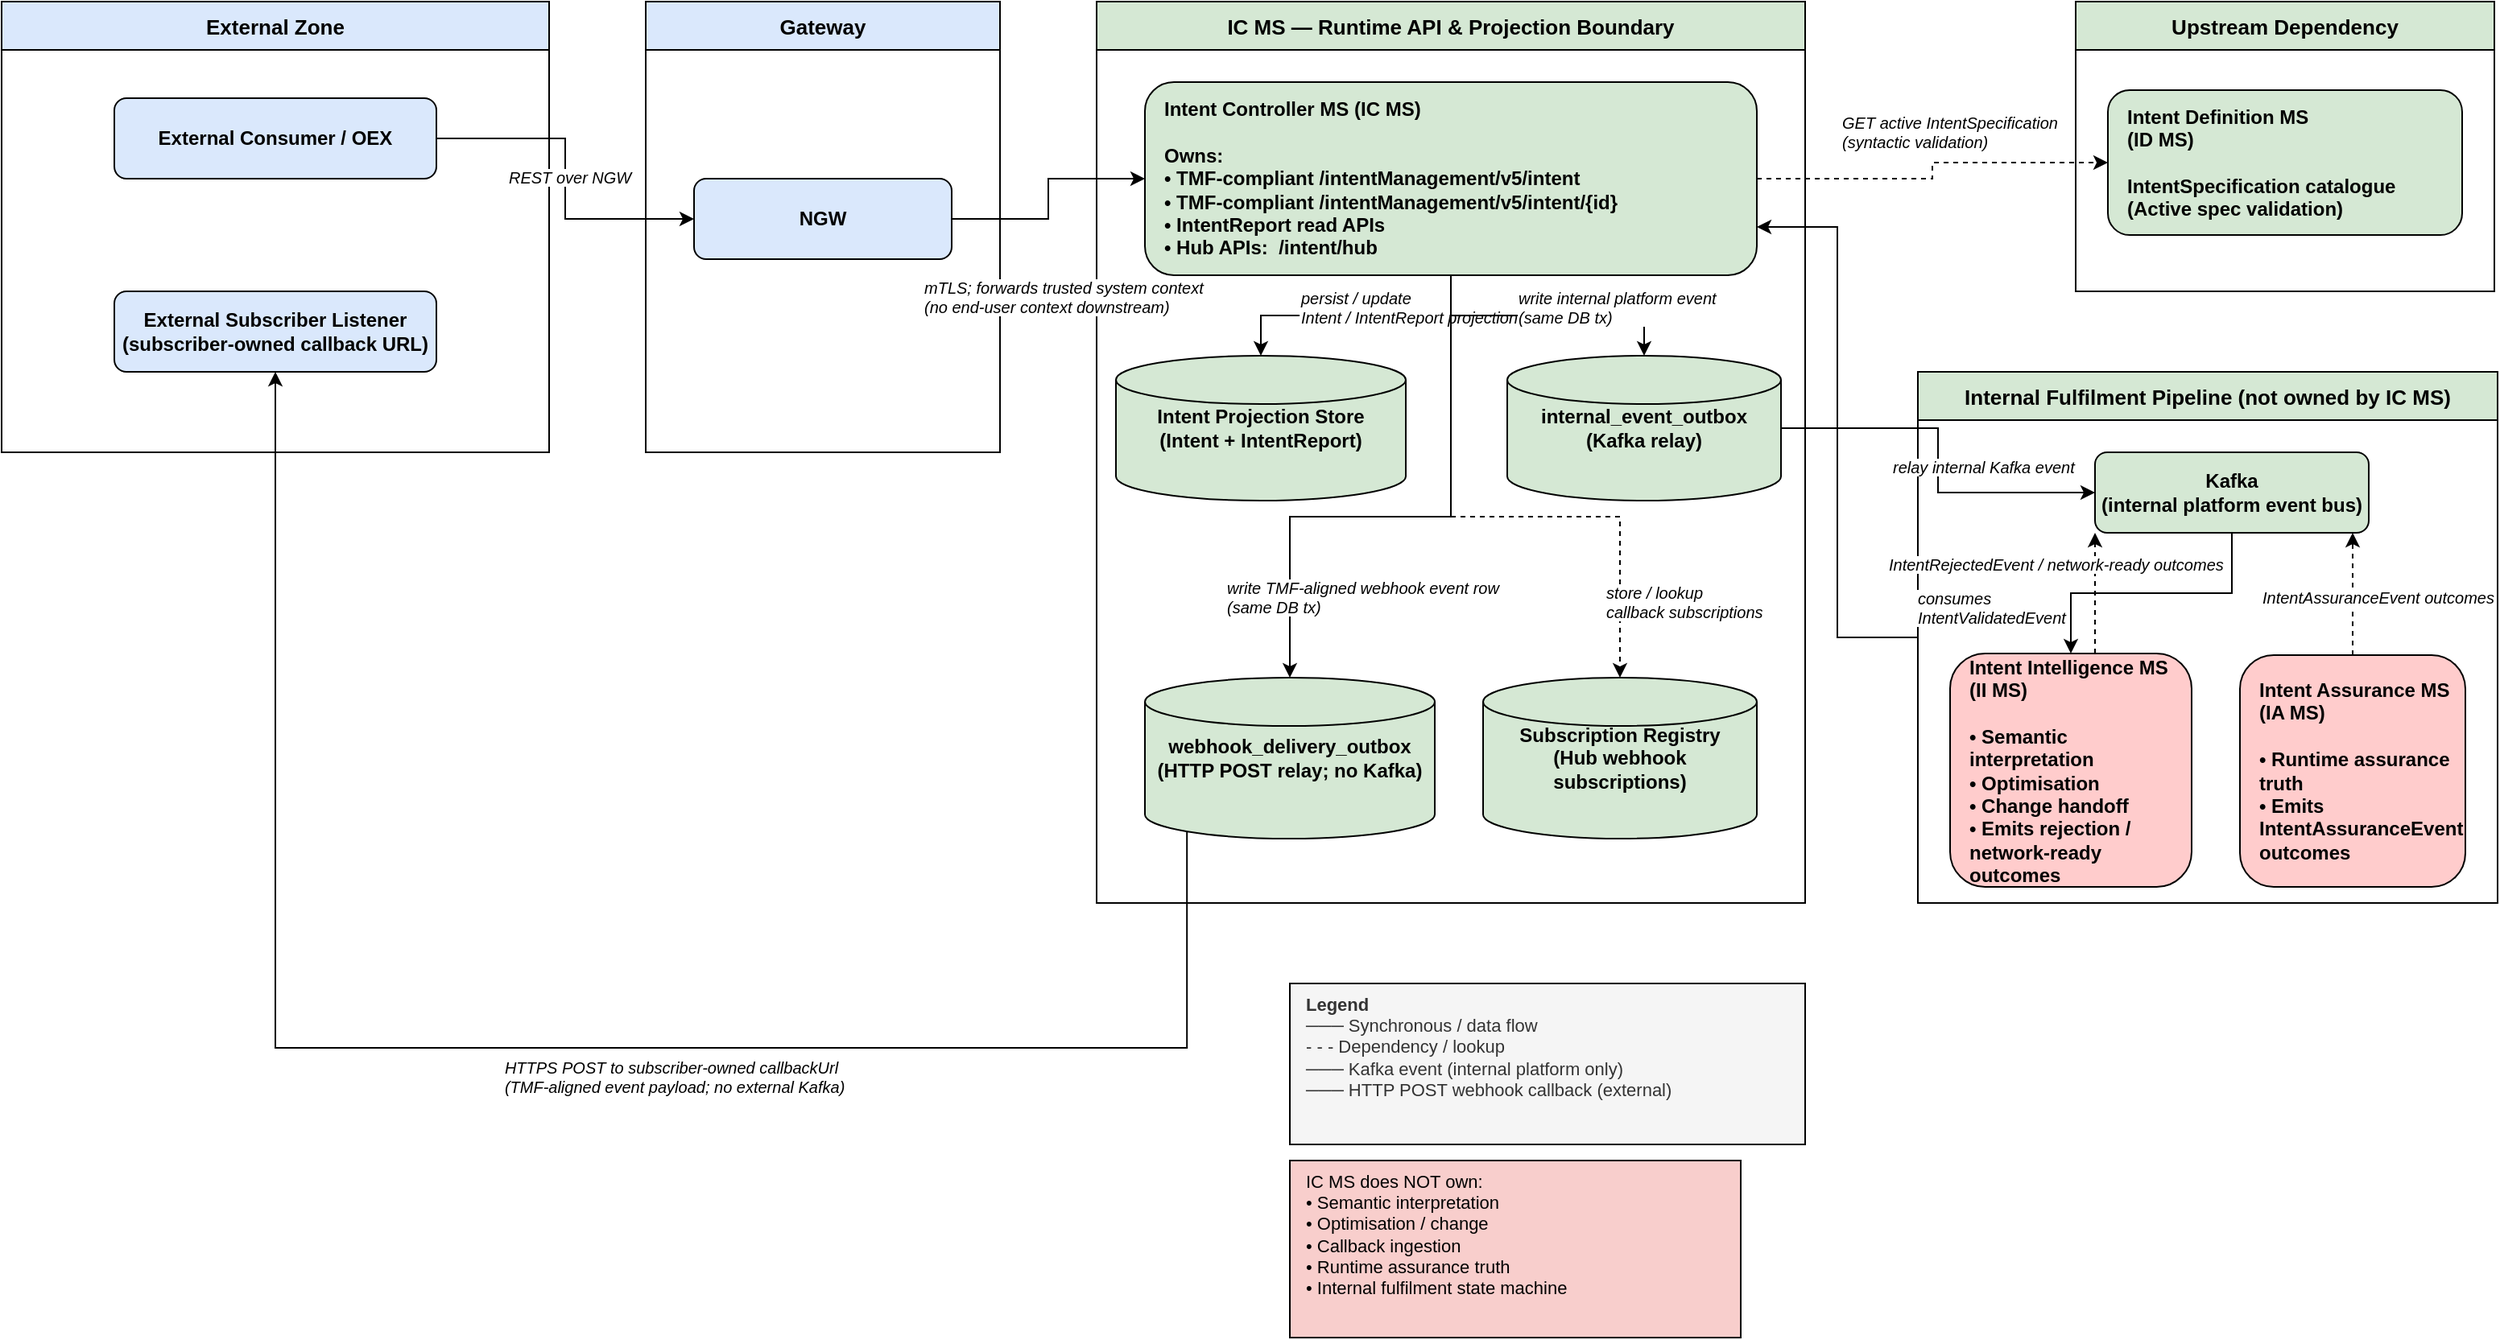
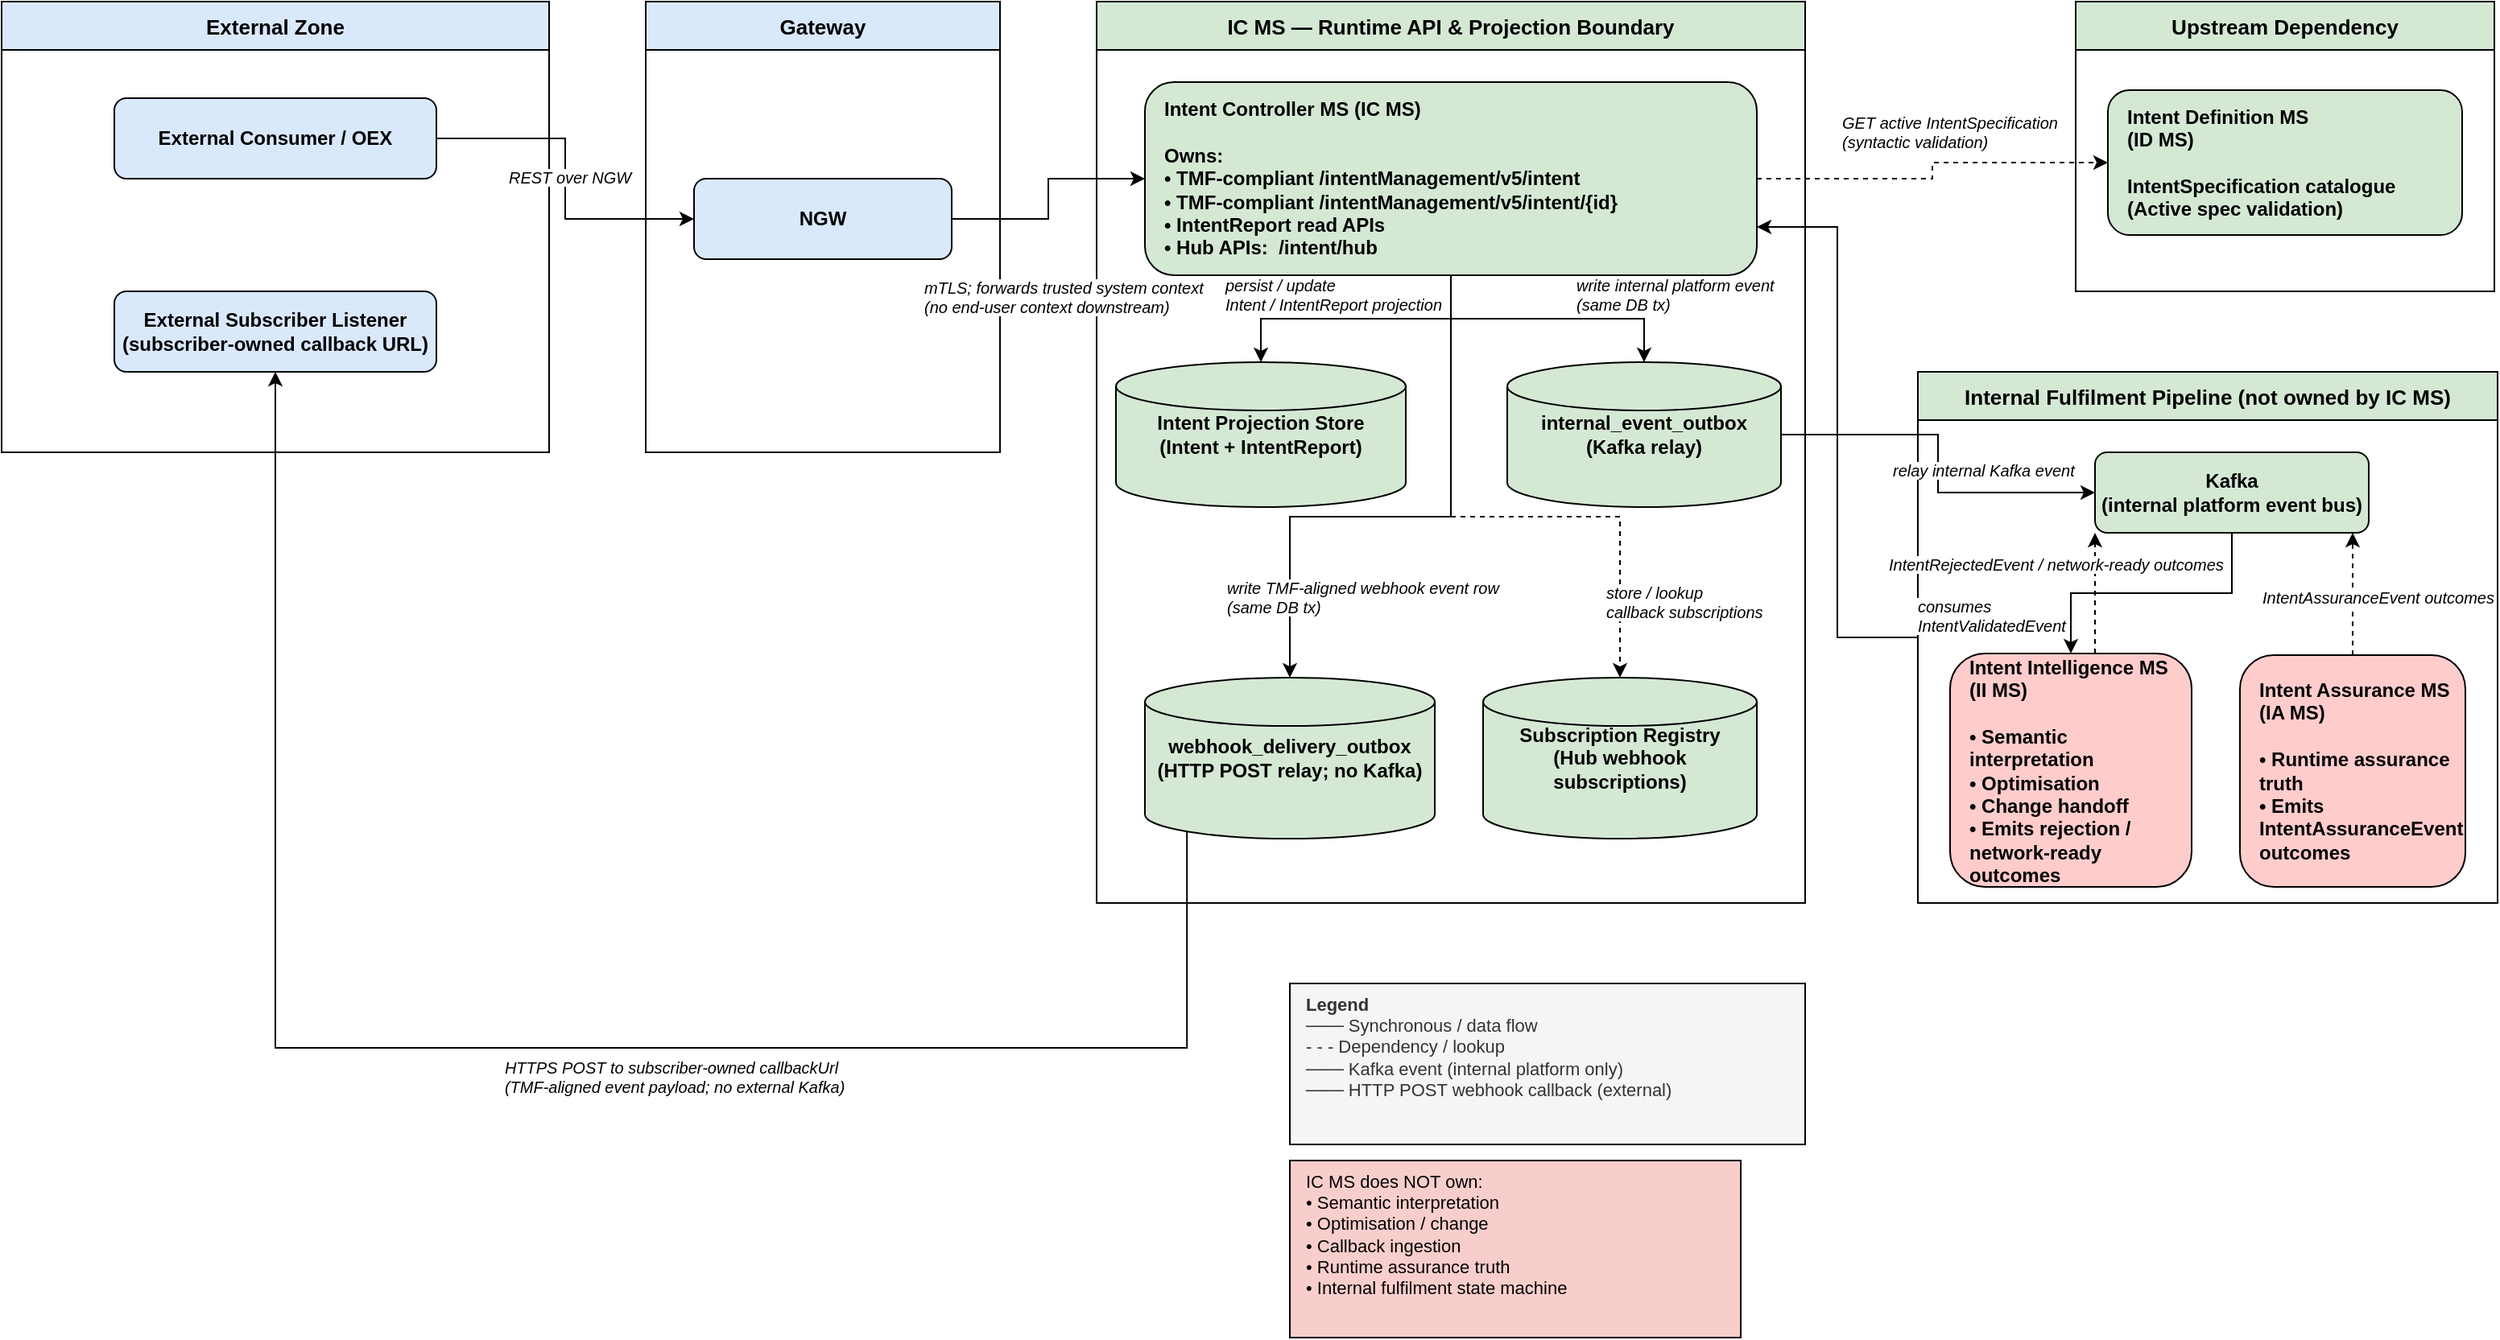
<mxfile host="65bd71144e">
    <diagram name="IC MS - Logical View" id="ic-ms-logical-view">
-         <mxGraphModel dx="729" dy="633" grid="1" gridSize="10" guides="1" tooltips="1" connect="1" arrows="1" fold="1" page="1" pageScale="1" pageWidth="1654" pageHeight="1169" math="0" shadow="0">
+         <mxGraphModel dx="978" dy="633" grid="1" gridSize="10" guides="1" tooltips="1" connect="1" arrows="1" fold="1" page="1" pageScale="1" pageWidth="1654" pageHeight="1169" math="0" shadow="0">
            <root>
                <mxCell id="0"/>
                <mxCell id="1" parent="0"/>
                <mxCell id="zone_external" value="External Zone" style="swimlane;startSize=30;fillColor=#dae8fc;strokeColor=default;fontStyle=1;fontSize=13;horizontal=1;container=0;" parent="1" vertex="1">
                    <mxGeometry x="40" y="40" width="340" height="280" as="geometry"/>
                </mxCell>
                <mxCell id="zone_gateway" value="Gateway" style="swimlane;startSize=30;fillColor=#dae8fc;strokeColor=default;fontStyle=1;fontSize=13;horizontal=1;container=0;" parent="1" vertex="1">
                    <mxGeometry x="440" y="40" width="220" height="280" as="geometry"/>
                </mxCell>
                <mxCell id="zone_icms" value="IC MS — Runtime API &amp; Projection Boundary" style="swimlane;startSize=30;fillColor=#d5e8d4;strokeColor=default;fontStyle=1;fontSize=13;horizontal=1;container=0;" parent="1" vertex="1">
                    <mxGeometry x="720" y="40" width="440" height="560" as="geometry"/>
                </mxCell>
                <mxCell id="zone_idms" value="Upstream Dependency" style="swimlane;startSize=30;fillColor=#d5e8d4;strokeColor=default;fontStyle=1;fontSize=13;horizontal=1;container=0;" parent="1" vertex="1">
                    <mxGeometry x="1328" y="40" width="260" height="180" as="geometry"/>
                </mxCell>
                <mxCell id="0MlcjW0cjBZ2ITzH3IxV-1" style="edgeStyle=orthogonalEdgeStyle;rounded=0;orthogonalLoop=1;jettySize=auto;html=1;entryX=1;entryY=0.75;entryDx=0;entryDy=0;fillColor=#d5e8d4;strokeColor=default;" parent="1" source="zone_internal" target="icms_core" edge="1">
                    <mxGeometry relative="1" as="geometry"/>
                </mxCell>
                <mxCell id="zone_internal" value="Internal Fulfilment Pipeline (not owned by IC MS)" style="swimlane;startSize=30;fillColor=#d5e8d4;strokeColor=default;fontStyle=1;fontSize=13;horizontal=1;container=0;" parent="1" vertex="1">
                    <mxGeometry x="1230" y="270" width="360" height="330" as="geometry"/>
                </mxCell>
                <mxCell id="e1" style="edgeStyle=orthogonalEdgeStyle;rounded=0;" parent="1" source="ext_consumer" target="gateway" edge="1">
                    <mxGeometry relative="1" as="geometry"/>
                </mxCell>
                <mxCell id="e1_lbl" value="REST over NGW" style="edgeLabel;fontSize=10;fontStyle=2;container=0;" parent="e1" connectable="0" vertex="1">
                    <mxGeometry relative="0.5" as="geometry">
                        <mxPoint x="-37" y="-13" as="offset"/>
                    </mxGeometry>
                </mxCell>
                <mxCell id="e2" style="edgeStyle=orthogonalEdgeStyle;rounded=0;" parent="1" source="gateway" target="icms_core" edge="1">
                    <mxGeometry relative="1" as="geometry"/>
                </mxCell>
                <mxCell id="e2_lbl" value="mTLS; forwards trusted system context&#xa;(no end-user context downstream)" style="edgeLabel;fontSize=10;fontStyle=2;container=0;" parent="e2" connectable="0" vertex="1">
                    <mxGeometry relative="0.5" as="geometry">
                        <mxPoint x="-79" y="43" as="offset"/>
                    </mxGeometry>
                </mxCell>
                <mxCell id="e3" style="edgeStyle=orthogonalEdgeStyle;rounded=0;dashed=1;fillColor=#d5e8d4;strokeColor=default;" parent="1" source="icms_core" target="idms" edge="1">
                    <mxGeometry relative="1" as="geometry"/>
                </mxCell>
                <mxCell id="e3_lbl" value="GET active IntentSpecification&#xa;(syntactic validation)" style="edgeLabel;fontSize=10;fontStyle=2;container=0;" parent="e3" connectable="0" vertex="1">
                    <mxGeometry relative="0.5" as="geometry">
                        <mxPoint x="-58" y="-42" as="offset"/>
                    </mxGeometry>
                </mxCell>
                <mxCell id="e4" style="edgeStyle=orthogonalEdgeStyle;rounded=0;fillColor=#d5e8d4;strokeColor=default;" parent="1" source="icms_core" target="intent_store" edge="1">
                    <mxGeometry relative="1" as="geometry"/>
                </mxCell>
                <mxCell id="e4_lbl" value="persist / update&#xa;Intent / IntentReport projection" style="edgeLabel;fontSize=10;fontStyle=2;container=0;" parent="e4" connectable="0" vertex="1">
                    <mxGeometry relative="0.5" as="geometry">
-                         <mxPoint x="-36" y="-23" as="offset"/>
+                         <mxPoint x="-83" y="-33" as="offset"/>
                    </mxGeometry>
                </mxCell>
                <mxCell id="e5" style="edgeStyle=orthogonalEdgeStyle;rounded=0;fillColor=#d5e8d4;strokeColor=default;" parent="1" source="icms_core" target="int_outbox" edge="1">
                    <mxGeometry relative="1" as="geometry"/>
                </mxCell>
                <mxCell id="e5_lbl" value="write internal platform event&#xa;(same DB tx)" style="edgeLabel;fontSize=10;fontStyle=2;container=0;" parent="e5" connectable="0" vertex="1">
                    <mxGeometry relative="0.5" as="geometry">
-                         <mxPoint x="-20" y="-23" as="offset"/>
+                         <mxPoint x="16" y="-33" as="offset"/>
                    </mxGeometry>
                </mxCell>
                <mxCell id="e6" style="edgeStyle=orthogonalEdgeStyle;rounded=0;fillColor=#d5e8d4;strokeColor=default;" parent="1" source="int_outbox" target="kafka" edge="1">
                    <mxGeometry relative="1" as="geometry"/>
                </mxCell>
                <mxCell id="e6_lbl" value="relay internal Kafka event" style="edgeLabel;fontSize=10;fontStyle=2;container=0;" parent="e6" connectable="0" vertex="1">
                    <mxGeometry relative="0.5" as="geometry">
                        <mxPoint x="-30" y="-8" as="offset"/>
                    </mxGeometry>
                </mxCell>
                <mxCell id="e7" style="edgeStyle=orthogonalEdgeStyle;rounded=0;fillColor=#d5e8d4;strokeColor=default;" parent="1" source="kafka" target="iims" edge="1">
                    <mxGeometry relative="1" as="geometry"/>
                </mxCell>
                <mxCell id="e7_lbl" value="consumes&#xa;IntentValidatedEvent" style="edgeLabel;fontSize=10;fontStyle=2;container=0;" parent="e7" connectable="0" vertex="1">
                    <mxGeometry relative="0.5" as="geometry">
-                         <mxPoint x="-147" y="-9" as="offset"/>
+                         <mxPoint x="-147" y="-4" as="offset"/>
                    </mxGeometry>
                </mxCell>
                <mxCell id="e8" style="edgeStyle=orthogonalEdgeStyle;rounded=0;dashed=1;fillColor=#d5e8d4;strokeColor=default;" parent="1" source="iims" target="kafka" edge="1">
                    <mxGeometry relative="1" as="geometry">
                        <Array as="points">
                            <mxPoint x="1310" y="490"/>
                            <mxPoint x="1380" y="490"/>
                            <mxPoint x="1380" y="360"/>
                        </Array>
                    </mxGeometry>
                </mxCell>
                <mxCell id="e8_lbl" value="IntentRejectedEvent / network-ready outcomes" style="edgeLabel;fontSize=10;fontStyle=2;container=0;" parent="e8" connectable="0" vertex="1">
                    <mxGeometry relative="0.5" as="geometry">
                        <mxPoint x="-130" y="-30" as="offset"/>
                    </mxGeometry>
                </mxCell>
                <mxCell id="e9" style="edgeStyle=orthogonalEdgeStyle;rounded=0;dashed=1;fillColor=#d5e8d4;strokeColor=default;" parent="1" source="iams" target="kafka" edge="1">
                    <mxGeometry relative="1" as="geometry">
                        <Array as="points">
                            <mxPoint x="1450" y="490"/>
                            <mxPoint x="1450" y="360"/>
                        </Array>
                    </mxGeometry>
                </mxCell>
                <mxCell id="e9_lbl" value="IntentAssuranceEvent outcomes" style="edgeLabel;fontSize=10;fontStyle=2;container=0;" parent="e9" connectable="0" vertex="1">
                    <mxGeometry relative="0.5" as="geometry">
                        <mxPoint x="-58" y="-10" as="offset"/>
                    </mxGeometry>
                </mxCell>
                <mxCell id="e11" style="edgeStyle=orthogonalEdgeStyle;rounded=0;fillColor=#d5e8d4;strokeColor=default;" parent="1" source="icms_core" target="webhook_outbox" edge="1">
                    <mxGeometry relative="1" as="geometry">
                        <Array as="points">
                            <mxPoint x="940" y="360"/>
                            <mxPoint x="840" y="360"/>
                        </Array>
                    </mxGeometry>
                </mxCell>
                <mxCell id="e11_lbl" value="write TMF-aligned webhook event row&#xa;(same DB tx)" style="edgeLabel;fontSize=10;fontStyle=2;container=0;" parent="e11" connectable="0" vertex="1">
                    <mxGeometry relative="0.5" as="geometry">
                        <mxPoint x="-116" y="32" as="offset"/>
                    </mxGeometry>
                </mxCell>
                <mxCell id="e12" style="edgeStyle=orthogonalEdgeStyle;rounded=0;strokeColor=default;exitX=0.145;exitY=1;exitDx=0;exitDy=-4.35;exitPerimeter=0;" parent="1" source="webhook_outbox" target="ext_subscriber" edge="1">
                    <mxGeometry relative="1" as="geometry">
                        <Array as="points">
                            <mxPoint x="776" y="690"/>
                            <mxPoint x="210" y="690"/>
                        </Array>
                    </mxGeometry>
                </mxCell>
                <mxCell id="e12_lbl" value="HTTPS POST to subscriber-owned callbackUrl&#xa;(TMF-aligned event payload; no external Kafka)" style="edgeLabel;fontSize=10;fontStyle=2;container=0;" parent="e12" connectable="0" vertex="1">
                    <mxGeometry relative="0.5" as="geometry"/>
                </mxCell>
                <mxCell id="e13" style="edgeStyle=orthogonalEdgeStyle;rounded=0;dashed=1;fillColor=#d5e8d4;strokeColor=default;" parent="1" source="icms_core" target="sub_registry" edge="1">
                    <mxGeometry relative="1" as="geometry">
                        <Array as="points">
                            <mxPoint x="940" y="360"/>
                            <mxPoint x="1045" y="360"/>
                        </Array>
                    </mxGeometry>
                </mxCell>
                <mxCell id="e13_lbl" value="store / lookup&#xa;callback subscriptions" style="edgeLabel;fontSize=10;fontStyle=2;container=0;" parent="e13" connectable="0" vertex="1">
                    <mxGeometry relative="0.5" as="geometry">
                        <mxPoint x="67" y="35" as="offset"/>
                    </mxGeometry>
                </mxCell>
                <mxCell id="legend" value="&lt;b&gt;Legend&lt;/b&gt;&#xa;─── Synchronous / data flow&#xa;- - - Dependency / lookup&#xa;─── Kafka event (internal platform only)&#xa;─── HTTP POST webhook callback (external)" style="text;html=1;strokeColor=default;fillColor=#f5f5f5;align=left;verticalAlign=top;spacingLeft=8;fontSize=11;fontColor=#333333;container=0;" parent="1" vertex="1">
                    <mxGeometry x="840" y="650" width="320" height="100" as="geometry"/>
                </mxCell>
                <mxCell id="not_owned_note" value="IC MS does NOT own:&#xa;• Semantic interpretation&#xa;• Optimisation / change&#xa;• Callback ingestion&#xa;• Runtime assurance truth&#xa;• Internal fulfilment state machine" style="text;html=1;strokeColor=default;fillColor=#f8cecc;align=left;verticalAlign=top;spacingLeft=8;fontSize=11;container=0;" parent="1" vertex="1">
                    <mxGeometry x="840" y="760" width="280" height="110" as="geometry"/>
                </mxCell>
                <mxCell id="ext_consumer" value="External Consumer / OEX" style="rounded=1;whiteSpace=wrap;html=1;fillColor=#dae8fc;strokeColor=default;fontStyle=1;fontSize=12;container=0;" parent="1" vertex="1">
                    <mxGeometry x="110" y="100" width="200" height="50" as="geometry"/>
                </mxCell>
                <mxCell id="ext_subscriber" value="External Subscriber Listener&#xa;(subscriber-owned callback URL)" style="rounded=1;whiteSpace=wrap;html=1;fillColor=#dae8fc;strokeColor=default;fontStyle=1;fontSize=12;container=0;" parent="1" vertex="1">
                    <mxGeometry x="110" y="220" width="200" height="50" as="geometry"/>
                </mxCell>
                <mxCell id="gateway" value="NGW" style="rounded=1;whiteSpace=wrap;html=1;fillColor=#dae8fc;strokeColor=default;fontStyle=1;fontSize=12;container=0;" parent="1" vertex="1">
                    <mxGeometry x="470" y="150" width="160" height="50" as="geometry"/>
                </mxCell>
                <mxCell id="icms_core" value="Intent Controller MS (IC MS)&lt;br&gt;&lt;br&gt;Owns:&lt;br&gt;• TMF-compliant /intentManagement/v5/intent&lt;br&gt;• TMF-compliant /intentManagement/v5/intent/{id}&lt;br&gt;• IntentReport read APIs&lt;br&gt;• Hub APIs:&amp;nbsp; /intent/hub" style="rounded=1;whiteSpace=wrap;html=1;fillColor=#d5e8d4;strokeColor=default;fontStyle=1;fontSize=12;align=left;spacingLeft=10;container=0;" parent="1" vertex="1">
                    <mxGeometry x="750" y="90" width="380" height="120" as="geometry"/>
                </mxCell>
                <mxCell id="intent_store" value="Intent Projection Store&#xa;(Intent + IntentReport)" style="shape=cylinder3;whiteSpace=wrap;html=1;fillColor=#d5e8d4;strokeColor=default;fontStyle=1;fontSize=12;container=0;" parent="1" vertex="1">
-                     <mxGeometry x="732" y="260" width="180" height="90" as="geometry"/>
+                     <mxGeometry x="732" y="264" width="180" height="90" as="geometry"/>
                </mxCell>
                <mxCell id="int_outbox" value="internal_event_outbox&#xa;(Kafka relay)" style="shape=cylinder3;whiteSpace=wrap;html=1;fillColor=#d5e8d4;strokeColor=default;fontStyle=1;fontSize=12;container=0;" parent="1" vertex="1">
-                     <mxGeometry x="975" y="260" width="170" height="90" as="geometry"/>
+                     <mxGeometry x="975" y="264" width="170" height="90" as="geometry"/>
                </mxCell>
                <mxCell id="webhook_outbox" value="webhook_delivery_outbox&#xa;(HTTP POST relay; no Kafka)" style="shape=cylinder3;whiteSpace=wrap;html=1;fillColor=#d5e8d4;strokeColor=default;fontStyle=1;fontSize=12;container=0;" parent="1" vertex="1">
                    <mxGeometry x="750" y="460" width="180" height="100" as="geometry"/>
                </mxCell>
                <mxCell id="sub_registry" value="Subscription Registry&#xa;(Hub webhook subscriptions)" style="shape=cylinder3;whiteSpace=wrap;html=1;fillColor=#d5e8d4;strokeColor=default;fontStyle=1;fontSize=12;container=0;" parent="1" vertex="1">
                    <mxGeometry x="960" y="460" width="170" height="100" as="geometry"/>
                </mxCell>
                <mxCell id="idms" value="Intent Definition MS&#xa;(ID MS)&#xa;&#xa;IntentSpecification catalogue&#xa;(Active spec validation)" style="rounded=1;whiteSpace=wrap;html=1;fillColor=#d5e8d4;strokeColor=default;fontStyle=1;fontSize=12;align=left;spacingLeft=10;container=0;" parent="1" vertex="1">
                    <mxGeometry x="1348" y="95" width="220" height="90" as="geometry"/>
                </mxCell>
                <mxCell id="kafka" value="Kafka&#xa;(internal platform event bus)" style="rounded=1;whiteSpace=wrap;html=1;fillColor=#d5e8d4;strokeColor=default;fontStyle=1;fontSize=12;container=0;" parent="1" vertex="1">
                    <mxGeometry x="1340" y="320" width="170" height="50" as="geometry"/>
                </mxCell>
                <mxCell id="iims" value="Intent Intelligence MS&lt;br&gt;(II MS)&lt;br&gt;&lt;br&gt;• Semantic interpretation&lt;br&gt;• Optimisation&lt;br&gt;• Change handoff&lt;br&gt;• Emits rejection / network-ready outcomes" style="rounded=1;whiteSpace=wrap;html=1;fillColor=#ffcccc;strokeColor=default;fontStyle=1;fontSize=12;align=left;spacingLeft=10;container=0;" parent="1" vertex="1">
                    <mxGeometry x="1250" y="445" width="150" height="145" as="geometry"/>
                </mxCell>
                <mxCell id="iams" value="Intent Assurance MS&#xa;(IA MS)&#xa;&#xa;• Runtime assurance truth&#xa;• Emits IntentAssuranceEvent outcomes" style="rounded=1;whiteSpace=wrap;html=1;fillColor=#ffcccc;strokeColor=default;fontStyle=1;fontSize=12;align=left;spacingLeft=10;container=0;" parent="1" vertex="1">
                    <mxGeometry x="1430" y="446" width="140" height="144" as="geometry"/>
                </mxCell>
            </root>
        </mxGraphModel>
    </diagram>
</mxfile>